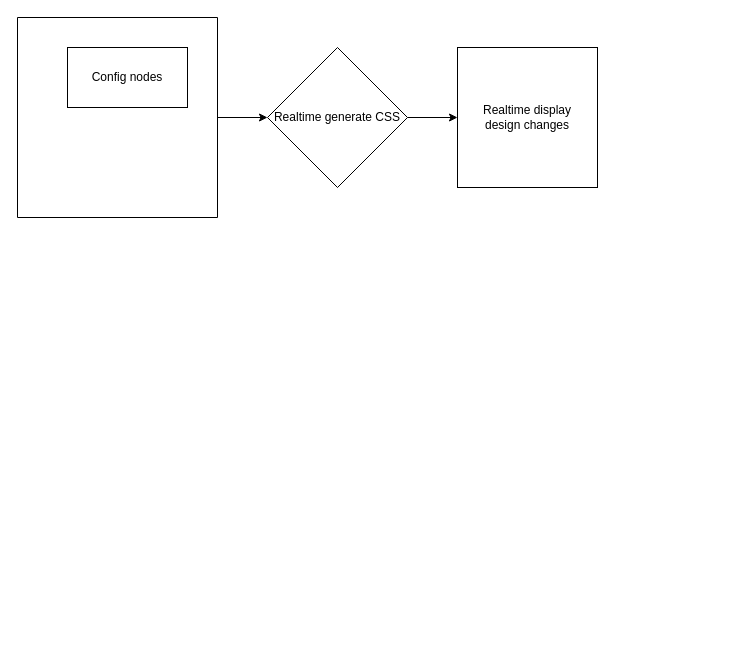
Before: ProgrammingForDesignSystems.drawio in michael-collins/drawings, a draw.io diagram. Source tidied: cells renumbered, new cells numbered last; positions are measured from the earlier drawing's top-left corner, leaving out a move shared by most shapes. Both pictures are drawn from the tidied source at 100%, with x=0, y=0 at pixel (17, 17).
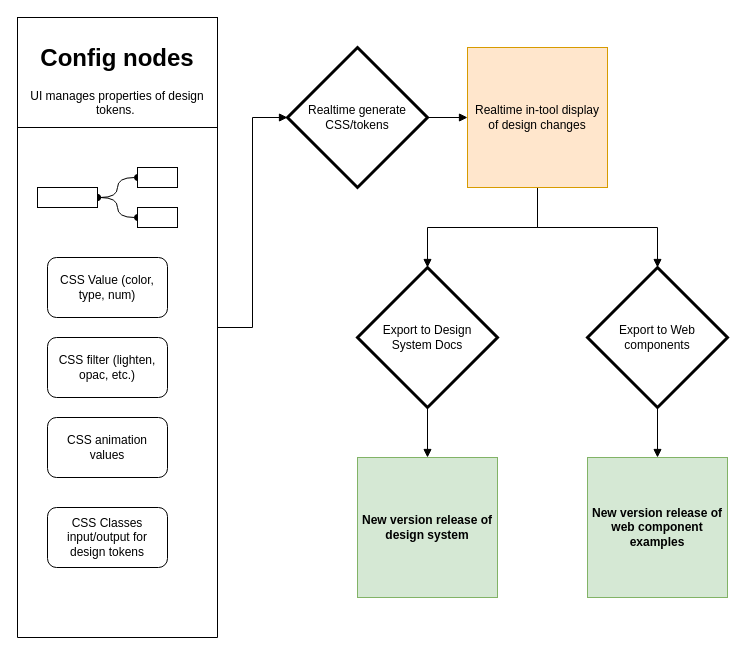
The same page after the edit.

Change to the diagram source:
```diff
@@
-    <mxCell id="2" style="edgeStyle=orthogonalEdgeStyle;rounded=0;jettySize=auto;html=1;exitX=1;exitY=0.5;exitDx=0;exitDy=0;entryX=0;entryY=0.5;entryDx=0;entryDy=0;" parent="1" edge="1" source="3" target="6">
+    <mxCell id="2" style="edgeStyle=orthogonalEdgeStyle;rounded=0;jettySize=auto;html=1;exitX=1;exitY=0.5;exitDx=0;exitDy=0;entryX=0;entryY=0.5;entryDx=0;entryDy=0;endArrow=block;endFill=1;" parent="1" edge="1" source="3" target="6">
       <mxGeometry relative="1" as="geometry" />
     </mxCell>
     <mxCell id="3" style="swimlane;startSize=0;" parent="1" vertex="1">
-      <mxGeometry width="200" height="200" as="geometry" />
+      <mxGeometry width="200" height="620" as="geometry" />
     </mxCell>
-    <mxCell id="4" value="Config nodes" style="whiteSpace=wrap;html=1;" parent="1" vertex="1">
-      <mxGeometry x="50" y="30" width="120" height="60" as="geometry" />
+    <mxCell id="4" value="&lt;h1&gt;&lt;b&gt;Config nodes&lt;/b&gt;&lt;/h1&gt;UI manages properties of design tokens.&amp;nbsp;" style="whiteSpace=wrap;html=1;" parent="3" vertex="1">
+      <mxGeometry width="200" height="110" as="geometry" />
     </mxCell>
+    <mxCell id="8" style="edgeStyle=orthogonalEdgeStyle;rounded=0;jettySize=auto;html=1;exitX=1;exitY=0.5;exitDx=0;exitDy=0;entryX=0;entryY=0.5;entryDx=0;entryDy=0;curved=1;endArrow=oval;endFill=1;startArrow=oval;startFill=1;" parent="3" edge="1" source="10" target="12">
+      <mxGeometry relative="1" as="geometry" />
+    </mxCell>
+    <mxCell id="9" style="edgeStyle=orthogonalEdgeStyle;rounded=0;jettySize=auto;html=1;exitX=1;exitY=0.5;exitDx=0;exitDy=0;entryX=0;entryY=0.5;entryDx=0;entryDy=0;curved=1;endArrow=oval;endFill=1;startArrow=oval;startFill=1;" parent="3" edge="1" source="10" target="11">
+      <mxGeometry relative="1" as="geometry" />
+    </mxCell>
+    <mxCell id="10" style="rounded=0;whiteSpace=wrap;html=1;" parent="3" vertex="1">
+      <mxGeometry x="20" y="170" width="60" height="20" as="geometry" />
+    </mxCell>
+    <mxCell id="11" style="rounded=0;whiteSpace=wrap;html=1;" parent="3" vertex="1">
+      <mxGeometry x="120" y="190" width="40" height="20" as="geometry" />
+    </mxCell>
+    <mxCell id="12" style="rounded=0;whiteSpace=wrap;html=1;" parent="3" vertex="1">
+      <mxGeometry x="120" y="150" width="40" height="20" as="geometry" />
+    </mxCell>
+    <mxCell id="13" value="CSS Value (color, type, num)" style="whiteSpace=wrap;html=1;rounded=1;" parent="3" vertex="1">
+      <mxGeometry x="30" y="240" width="120" height="60" as="geometry" />
+    </mxCell>
+    <mxCell id="14" value="CSS filter (lighten, opac, etc.)" style="whiteSpace=wrap;html=1;rounded=1;" parent="3" vertex="1">
+      <mxGeometry x="30" y="320" width="120" height="60" as="geometry" />
+    </mxCell>
+    <mxCell id="15" value="CSS animation values" style="whiteSpace=wrap;html=1;rounded=1;" parent="3" vertex="1">
+      <mxGeometry x="30" y="400" width="120" height="60" as="geometry" />
+    </mxCell>
+    <mxCell id="16" value="CSS Classes input/output for design tokens" style="whiteSpace=wrap;html=1;rounded=1;" parent="3" vertex="1">
+      <mxGeometry x="30" y="490" width="120" height="60" as="geometry" />
+    </mxCell>
-    <mxCell id="5" style="edgeStyle=orthogonalEdgeStyle;rounded=0;jettySize=auto;html=1;exitX=1;exitY=0.5;exitDx=0;exitDy=0;" parent="1" edge="1" source="6" target="7">
+    <mxCell id="5" style="edgeStyle=orthogonalEdgeStyle;rounded=0;jettySize=auto;html=1;exitX=1;exitY=0.5;exitDx=0;exitDy=0;endArrow=block;endFill=1;" parent="1" edge="1" source="6" target="7">
       <mxGeometry relative="1" as="geometry" />
     </mxCell>
-    <mxCell id="6" value="Realtime generate CSS" style="rhombus;whiteSpace=wrap;html=1;" parent="1" vertex="1">
-      <mxGeometry x="250" y="30" width="140" height="140" as="geometry" />
+    <mxCell id="6" value="Realtime generate&lt;br&gt;CSS/tokens" style="rhombus;whiteSpace=wrap;html=1;strokeWidth=3;" parent="1" vertex="1">
+      <mxGeometry x="270" y="30" width="140" height="140" as="geometry" />
     </mxCell>
+    <mxCell id="17" style="edgeStyle=orthogonalEdgeStyle;rounded=0;jettySize=auto;html=1;exitX=0.5;exitY=1;exitDx=0;exitDy=0;entryX=0.5;entryY=0;entryDx=0;entryDy=0;startArrow=none;startFill=0;endArrow=block;endFill=1;" parent="1" edge="1" source="7" target="20">
+      <mxGeometry relative="1" as="geometry" />
+    </mxCell>
+    <mxCell id="18" style="edgeStyle=orthogonalEdgeStyle;rounded=0;jettySize=auto;html=1;exitX=0.5;exitY=1;exitDx=0;exitDy=0;entryX=0.5;entryY=0;entryDx=0;entryDy=0;startArrow=none;startFill=0;endArrow=block;endFill=1;" parent="1" edge="1" source="7" target="24">
+      <mxGeometry relative="1" as="geometry" />
+    </mxCell>
-    <mxCell id="7" value="Realtime display&lt;br&gt;design changes" style="whiteSpace=wrap;html=1;" parent="1" vertex="1">
-      <mxGeometry x="440" y="30" width="140" height="140" as="geometry" />
+    <mxCell id="7" value="Realtime in-tool display&lt;br&gt;of design changes" style="whiteSpace=wrap;html=1;fillColor=#ffe6cc;strokeColor=#d79b00;" parent="1" vertex="1">
+      <mxGeometry x="450" y="30" width="140" height="140" as="geometry" />
     </mxCell>
+    <mxCell id="19" style="edgeStyle=orthogonalEdgeStyle;rounded=0;jettySize=auto;html=1;exitX=0.5;exitY=1;exitDx=0;exitDy=0;entryX=0.5;entryY=0;entryDx=0;entryDy=0;startArrow=none;startFill=0;endArrow=block;endFill=1;" parent="1" edge="1" source="20" target="21">
+      <mxGeometry relative="1" as="geometry" />
+    </mxCell>
+    <mxCell id="20" value="Export to Web components" style="rhombus;whiteSpace=wrap;html=1;strokeWidth=3;" parent="1" vertex="1">
+      <mxGeometry x="570" y="250" width="140" height="140" as="geometry" />
+    </mxCell>
+    <mxCell id="21" value="&lt;b&gt;New version release of web component examples&lt;/b&gt;" style="whiteSpace=wrap;html=1;fillColor=#d5e8d4;strokeColor=#82b366;" parent="1" vertex="1">
+      <mxGeometry x="570" y="440" width="140" height="140" as="geometry" />
+    </mxCell>
+    <mxCell id="22" value="&lt;b&gt;New version release of design system&lt;/b&gt;" style="whiteSpace=wrap;html=1;fillColor=#d5e8d4;strokeColor=#82b366;" parent="1" vertex="1">
+      <mxGeometry x="340" y="440" width="140" height="140" as="geometry" />
+    </mxCell>
+    <mxCell id="23" style="edgeStyle=orthogonalEdgeStyle;rounded=0;jettySize=auto;html=1;exitX=0.5;exitY=1;exitDx=0;exitDy=0;startArrow=none;startFill=0;endArrow=block;endFill=1;" parent="1" edge="1" source="24" target="22">
+      <mxGeometry relative="1" as="geometry" />
+    </mxCell>
+    <mxCell id="24" value="Export to Design&lt;br&gt;System Docs" style="rhombus;whiteSpace=wrap;html=1;strokeWidth=3;" parent="1" vertex="1">
+      <mxGeometry x="340" y="250" width="140" height="140" as="geometry" />
+    </mxCell>
```
